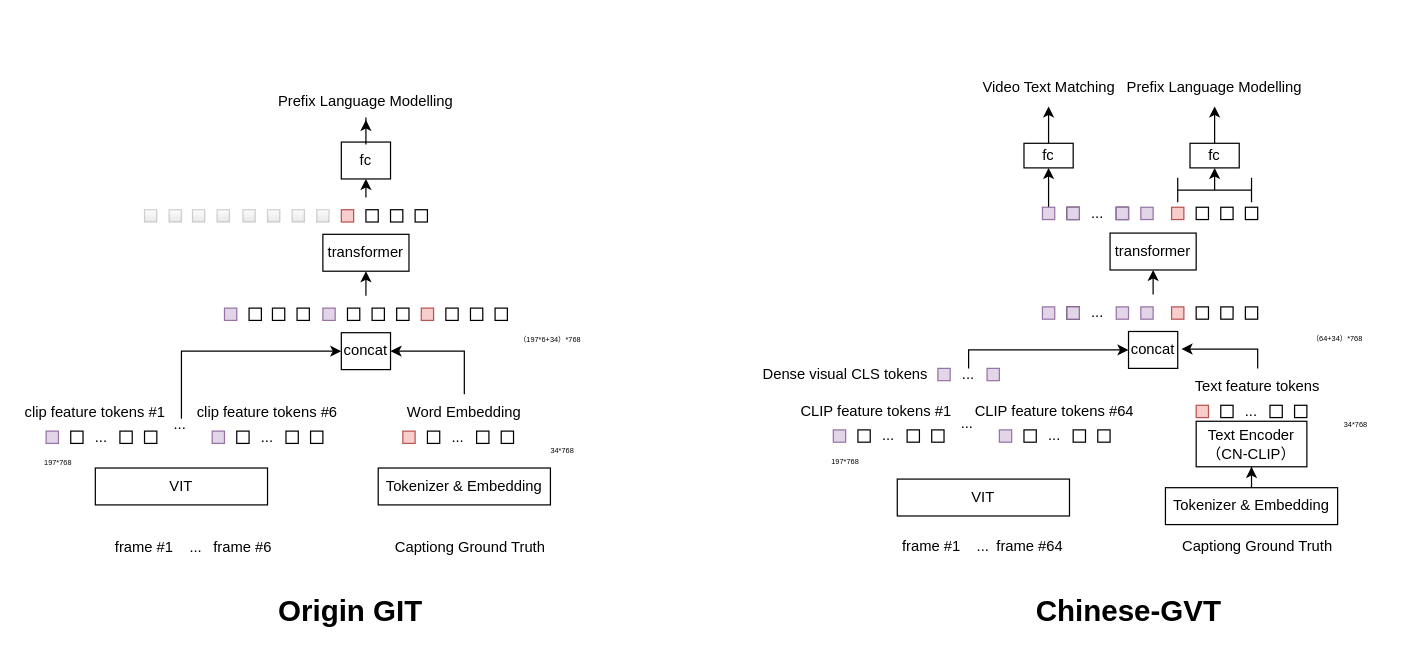
Earlier version of the draw.io diagram cngit.drawio (dong03/picture). Source tidied: cells renumbered, new cells numbered last; positions are measured from the earlier drawing's top-left corner, leaving out a move shared by most shapes. Both pictures are drawn from the tidied source at 123%, with x=0, y=0 at pixel (21, 69).
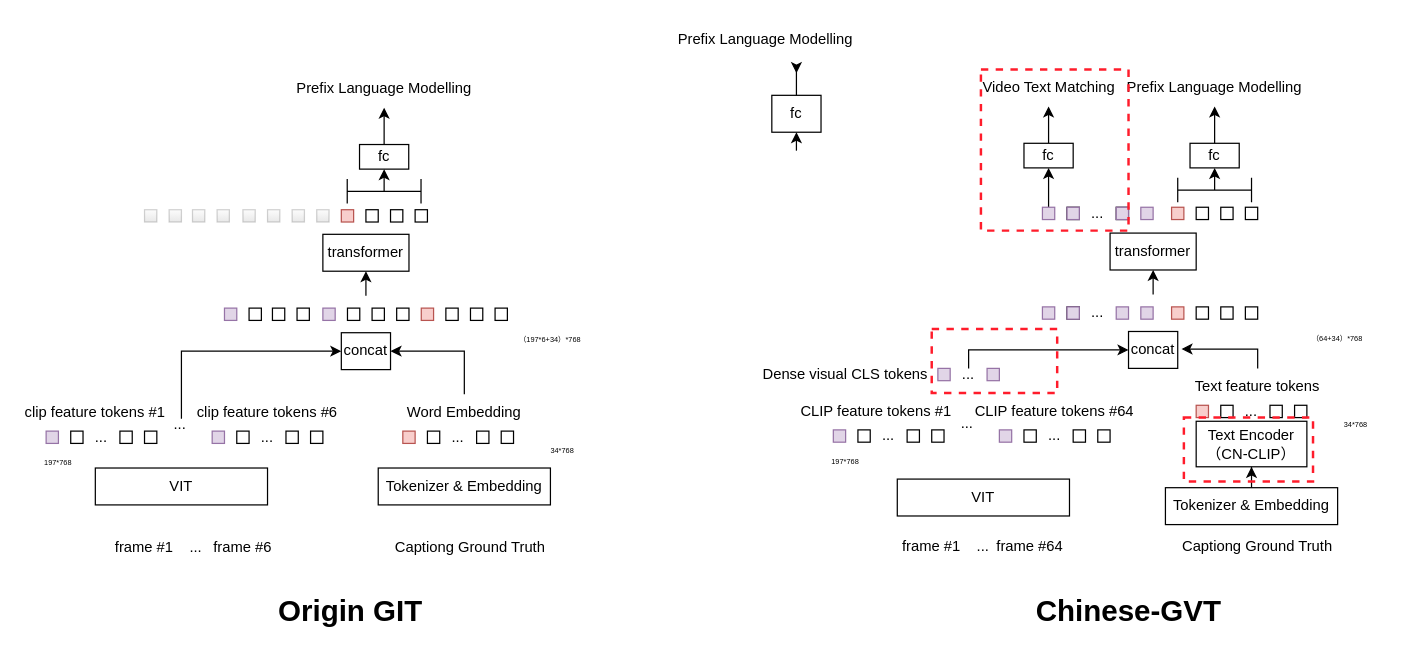
Above is the later version.

Diff of the diagram source:
```diff
@@
     <mxCell id="2" style="group;" parent="1" vertex="1">
-      <mxGeometry y="11" width="485" height="393" as="geometry" />
+      <mxGeometry y="11" width="527.5" height="393" as="geometry" />
     </mxCell>
@@
-    <mxCell id="63" value="fc" style="rounded=0;whiteSpace=wrap;html=1;direction=south;" parent="2" vertex="1">
-      <mxGeometry x="260" y="48" width="40" height="30" as="geometry" />
-    </mxCell>
-    <mxCell id="64" style="endArrow=classic;html=1;rounded=0;entryX=1;entryY=0.5;entryDx=0;entryDy=0;" parent="2" edge="1" target="63">
-      <mxGeometry relative="1" as="geometry">
-        <mxPoint x="280" y="93" as="sourcePoint" />
-      </mxGeometry>
-    </mxCell>
-    <mxCell id="65" value="Prefix Language Modelling" style="text;html=1;strokeColor=none;fillColor=none;align=center;verticalAlign=middle;whiteSpace=wrap;rounded=0;" parent="2" vertex="1">
-      <mxGeometry x="185" width="190" height="30" as="geometry" />
-    </mxCell>
-    <mxCell id="66" style="edgeStyle=orthogonalEdgeStyle;rounded=0;jettySize=auto;html=1;" parent="2" edge="1" source="63" target="65">
-      <mxGeometry relative="1" as="geometry" />
-    </mxCell>
+    <mxCell id="140" value="fc" style="rounded=0;whiteSpace=wrap;html=1;direction=south;" parent="2" vertex="1">
+      <mxGeometry x="274.8" y="50" width="40" height="20" as="geometry" />
+    </mxCell>
+    <mxCell id="141" style="endArrow=classic;html=1;rounded=0;entryX=1;entryY=0.5;entryDx=0;entryDy=0;exitX=0.5;exitY=0.5;exitDx=0;exitDy=0;exitPerimeter=0;" parent="2" edge="1" source="144" target="140">
+      <mxGeometry relative="1" as="geometry" />
+    </mxCell>
+    <mxCell id="142" value="Prefix Language Modelling" style="text;html=1;strokeColor=none;fillColor=none;align=center;verticalAlign=middle;whiteSpace=wrap;rounded=0;" parent="2" vertex="1">
+      <mxGeometry x="206" y="-10" width="177.5" height="30" as="geometry" />
+    </mxCell>
+    <mxCell id="143" style="edgeStyle=orthogonalEdgeStyle;rounded=0;jettySize=auto;html=1;" parent="2" edge="1" source="140" target="142">
+      <mxGeometry relative="1" as="geometry" />
+    </mxCell>
+    <mxCell id="144" style="shape=crossbar;whiteSpace=wrap;html=1;rounded=1;" parent="2" vertex="1">
+      <mxGeometry x="264.8" y="78" width="60" height="20" as="geometry" />
+    </mxCell>
@@
+    <mxCell id="145" style="rounded=0;whiteSpace=wrap;html=1;fillColor=none;strokeColor=#FF1C2B;strokeWidth=2;dashed=1;" parent="1" vertex="1">
+      <mxGeometry x="740" y="211" width="102" height="52" as="geometry" />
+    </mxCell>
+    <mxCell id="146" style="rounded=0;whiteSpace=wrap;html=1;fillColor=none;strokeColor=#FF1C2B;strokeWidth=2;dashed=1;" parent="1" vertex="1">
+      <mxGeometry x="945" y="283" width="105" height="52" as="geometry" />
+    </mxCell>
+    <mxCell id="147" style="rounded=0;whiteSpace=wrap;html=1;fillColor=none;strokeColor=#FF1C2B;strokeWidth=2;dashed=1;" parent="1" vertex="1">
+      <mxGeometry x="780" width="120" height="131" as="geometry" />
+    </mxCell>
+    <mxCell id="63" value="fc" style="rounded=0;whiteSpace=wrap;html=1;direction=south;" parent="1" vertex="1">
+      <mxGeometry x="610" y="21" width="40" height="30" as="geometry" />
+    </mxCell>
+    <mxCell id="64" style="endArrow=classic;html=1;rounded=0;entryX=1;entryY=0.5;entryDx=0;entryDy=0;" parent="1" edge="1" target="63">
+      <mxGeometry relative="1" as="geometry">
+        <mxPoint x="630" y="66" as="sourcePoint" />
+      </mxGeometry>
+    </mxCell>
+    <mxCell id="66" style="edgeStyle=orthogonalEdgeStyle;rounded=0;jettySize=auto;html=1;" parent="1" edge="1" source="63">
+      <mxGeometry relative="1" as="geometry">
+        <mxPoint x="630" y="3" as="targetPoint" />
+      </mxGeometry>
+    </mxCell>
+    <mxCell id="65" value="Prefix Language Modelling" style="text;html=1;strokeColor=none;fillColor=none;align=center;verticalAlign=middle;whiteSpace=wrap;rounded=0;" parent="1" vertex="1">
+      <mxGeometry x="510" y="-39" width="190" height="30" as="geometry" />
+    </mxCell>
```
